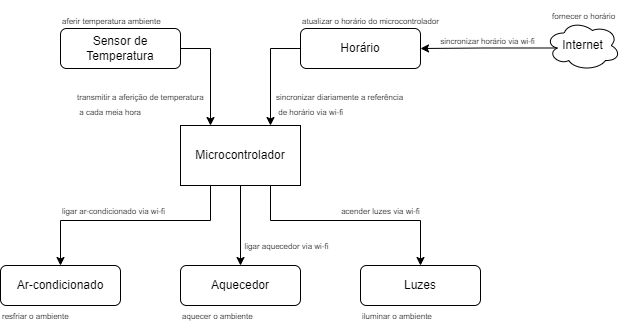
This is 2022.2/KeePet_Comfort/KeePet_Comfort_Block_Diagram.drawio.png from vm-bertini/ea075-2023.1, a draw.io export, as it was before one commit. Source tidied: cells renumbered, new cells last; positions are measured from the earlier drawing's top-left corner, leaving out a move shared by most shapes.
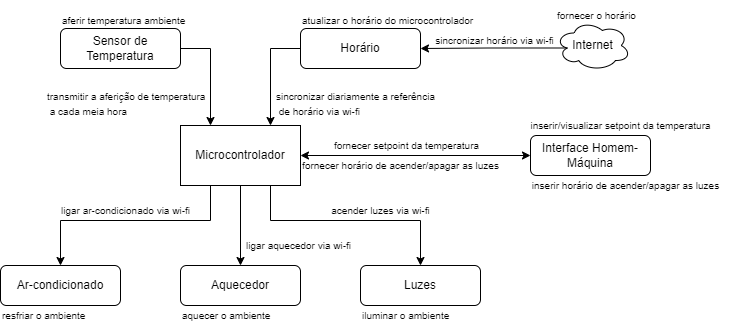
The same diagram one commit later.

What changed in the source:
```diff
@@ -34,7 +34,7 @@
       <mxGeometry relative="1" as="geometry" />
     </mxCell>
     <mxCell id="9" value="Internet" style="ellipse;shape=cloud;whiteSpace=wrap;html=1;gradientColor=none;" parent="1" vertex="1">
-      <mxGeometry x="545" y="20" width="75" height="50" as="geometry" />
+      <mxGeometry x="555" y="20" width="75" height="50" as="geometry" />
     </mxCell>
     <mxCell id="10" style="edgeStyle=orthogonalEdgeStyle;rounded=0;jettySize=auto;html=1;exitX=0;exitY=0.5;exitDx=0;exitDy=0;entryX=0.75;entryY=0;entryDx=0;entryDy=0;" parent="1" edge="1" source="11" target="7">
       <mxGeometry relative="1" as="geometry" />
@@ -51,41 +51,59 @@
     <mxCell id="14" value="Luzes" style="rounded=1;whiteSpace=wrap;html=1;fontSize=12;glass=0;strokeWidth=1;shadow=0;" parent="1" vertex="1">
       <mxGeometry x="360" y="265" width="120" height="40" as="geometry" />
     </mxCell>
-    <mxCell id="15" value="&lt;font style=&quot;font-size: 8px;&quot;&gt;acender luzes via wi-fi&lt;/font&gt;" style="text;html=1;align=center;verticalAlign=middle;strokeColor=none;fillColor=none;" parent="1" vertex="1">
-      <mxGeometry x="330" y="195" width="100" height="30" as="geometry" />
+    <mxCell id="15" value="&lt;font style=&quot;font-size: 10px;&quot;&gt;acender luzes via wi-fi&lt;/font&gt;" style="text;html=1;align=center;verticalAlign=middle;strokeColor=none;fillColor=none;" parent="1" vertex="1">
+      <mxGeometry x="320" y="195" width="120" height="30" as="geometry" />
     </mxCell>
-    <mxCell id="16" value="&lt;font style=&quot;font-size: 8px;&quot;&gt;ligar ar-condicionado via wi-fi&lt;/font&gt;" style="text;html=1;align=center;verticalAlign=middle;strokeColor=none;fillColor=none;" parent="1" vertex="1">
-      <mxGeometry x="50" y="195" width="125" height="30" as="geometry" />
+    <mxCell id="16" value="&lt;font style=&quot;font-size: 10px;&quot;&gt;ligar ar-condicionado via wi-fi&lt;/font&gt;" style="text;html=1;align=center;verticalAlign=middle;strokeColor=none;fillColor=none;" parent="1" vertex="1">
+      <mxGeometry x="50" y="195" width="150" height="30" as="geometry" />
     </mxCell>
-    <mxCell id="17" value="&lt;font style=&quot;font-size: 8px;&quot;&gt;ligar aquecedor via wi-fi&lt;/font&gt;" style="text;html=1;align=center;verticalAlign=middle;strokeColor=none;fillColor=none;" parent="1" vertex="1">
-      <mxGeometry x="233" y="230" width="105" height="30" as="geometry" />
+    <mxCell id="17" value="&lt;font style=&quot;font-size: 10px;&quot;&gt;ligar aquecedor via wi-fi&lt;/font&gt;" style="text;html=1;align=center;verticalAlign=middle;strokeColor=none;fillColor=none;" parent="1" vertex="1">
+      <mxGeometry x="235" y="230" width="125" height="30" as="geometry" />
     </mxCell>
-    <mxCell id="18" value="&lt;font style=&quot;font-size: 8px;&quot;&gt;sincronizar horário via wi-fi&lt;/font&gt;" style="text;html=1;align=center;verticalAlign=middle;strokeColor=none;fillColor=none;" parent="1" vertex="1">
-      <mxGeometry x="429" y="25" width="115" height="30" as="geometry" />
+    <mxCell id="18" value="&lt;font style=&quot;font-size: 10px;&quot;&gt;sincronizar horário via wi-fi&lt;/font&gt;" style="text;html=1;align=center;verticalAlign=middle;strokeColor=none;fillColor=none;" parent="1" vertex="1">
+      <mxGeometry x="424" y="25" width="140" height="30" as="geometry" />
     </mxCell>
-    <mxCell id="19" value="&lt;font style=&quot;font-size: 8px;&quot;&gt;sincronizar diariamente a referência&lt;br&gt;&amp;nbsp;de horário via wi-fi&lt;/font&gt;" style="text;html=1;align=left;verticalAlign=middle;strokeColor=none;fillColor=none;" parent="1" vertex="1">
-      <mxGeometry x="274" y="80" width="150" height="45" as="geometry" />
+    <mxCell id="19" value="&lt;font style=&quot;font-size: 10px;&quot;&gt;sincronizar diariamente a referência&lt;br&gt;&amp;nbsp;de horário via wi-fi&lt;/font&gt;" style="text;html=1;align=left;verticalAlign=middle;strokeColor=none;fillColor=none;" parent="1" vertex="1">
+      <mxGeometry x="274" y="80" width="180" height="45" as="geometry" />
     </mxCell>
-    <mxCell id="20" value="&lt;font style=&quot;font-size: 8px;&quot;&gt;transmitir a aferição de temperatura&lt;br&gt;&amp;nbsp;a cada meia hora&lt;/font&gt;" style="text;html=1;align=left;verticalAlign=middle;strokeColor=none;fillColor=none;" parent="1" vertex="1">
-      <mxGeometry x="75" y="80" width="150" height="45" as="geometry" />
+    <mxCell id="20" value="&lt;font style=&quot;font-size: 10px;&quot;&gt;transmitir a aferição de temperatura&lt;br&gt;&amp;nbsp;a cada meia hora&lt;/font&gt;" style="text;html=1;align=left;verticalAlign=middle;strokeColor=none;fillColor=none;" parent="1" vertex="1">
+      <mxGeometry x="45" y="80" width="180" height="45" as="geometry" />
     </mxCell>
-    <mxCell id="21" value="&lt;span style=&quot;font-size: 8px;&quot;&gt;aferir temperatura ambiente&lt;/span&gt;" style="text;html=1;align=left;verticalAlign=middle;strokeColor=none;fillColor=none;" parent="1" vertex="1">
-      <mxGeometry x="60" y="5" width="120" height="30" as="geometry" />
+    <mxCell id="21" value="&lt;font style=&quot;font-size: 10px;&quot;&gt;aferir temperatura ambiente&lt;/font&gt;" style="text;html=1;align=left;verticalAlign=middle;strokeColor=none;fillColor=none;" parent="1" vertex="1">
+      <mxGeometry x="60" y="5" width="145" height="30" as="geometry" />
     </mxCell>
-    <mxCell id="22" value="&lt;span style=&quot;font-size: 8px;&quot;&gt;fornecer o horário&lt;/span&gt;" style="text;html=1;align=left;verticalAlign=middle;strokeColor=none;fillColor=none;" parent="1" vertex="1">
-      <mxGeometry x="550" width="85" height="30" as="geometry" />
+    <mxCell id="22" value="&lt;font style=&quot;font-size: 10px;&quot;&gt;fornecer o horário&lt;/font&gt;" style="text;html=1;align=left;verticalAlign=middle;strokeColor=none;fillColor=none;" parent="1" vertex="1">
+      <mxGeometry x="555" width="100" height="30" as="geometry" />
     </mxCell>
-    <mxCell id="23" value="&lt;span style=&quot;font-size: 8px;&quot;&gt;atualizar o horário do microcontrolador&lt;/span&gt;" style="text;html=1;align=left;verticalAlign=middle;strokeColor=none;fillColor=none;" parent="1" vertex="1">
-      <mxGeometry x="300" y="5" width="160" height="30" as="geometry" />
+    <mxCell id="23" value="&lt;font style=&quot;font-size: 10px;&quot;&gt;atualizar o horário do microcontrolador&lt;/font&gt;" style="text;html=1;align=left;verticalAlign=middle;strokeColor=none;fillColor=none;" parent="1" vertex="1">
+      <mxGeometry x="300" y="5" width="190" height="30" as="geometry" />
     </mxCell>
-    <mxCell id="24" value="&lt;span style=&quot;font-size: 8px;&quot;&gt;resfriar o ambiente&lt;/span&gt;" style="text;html=1;align=left;verticalAlign=middle;strokeColor=none;fillColor=none;" parent="1" vertex="1">
-      <mxGeometry y="300" width="90" height="30" as="geometry" />
+    <mxCell id="24" value="&lt;font style=&quot;font-size: 10px;&quot;&gt;resfriar o ambiente&lt;/font&gt;" style="text;html=1;align=left;verticalAlign=middle;strokeColor=none;fillColor=none;" parent="1" vertex="1">
+      <mxGeometry y="300" width="105" height="30" as="geometry" />
     </mxCell>
-    <mxCell id="25" value="&lt;span style=&quot;font-size: 8px;&quot;&gt;aquecer o ambiente&lt;/span&gt;" style="text;html=1;align=left;verticalAlign=middle;strokeColor=none;fillColor=none;" parent="1" vertex="1">
-      <mxGeometry x="180" y="300" width="90" height="30" as="geometry" />
+    <mxCell id="25" value="&lt;font style=&quot;font-size: 10px;&quot;&gt;aquecer o ambiente&lt;/font&gt;" style="text;html=1;align=left;verticalAlign=middle;strokeColor=none;fillColor=none;" parent="1" vertex="1">
+      <mxGeometry x="180" y="300" width="110" height="30" as="geometry" />
     </mxCell>
-    <mxCell id="26" value="&lt;span style=&quot;font-size: 8px;&quot;&gt;iluminar o ambiente&lt;/span&gt;" style="text;html=1;align=left;verticalAlign=middle;strokeColor=none;fillColor=none;" parent="1" vertex="1">
-      <mxGeometry x="360" y="300" width="90" height="30" as="geometry" />
+    <mxCell id="26" value="&lt;font style=&quot;font-size: 10px;&quot;&gt;iluminar o ambiente&lt;/font&gt;" style="text;html=1;align=left;verticalAlign=middle;strokeColor=none;fillColor=none;" parent="1" vertex="1">
+      <mxGeometry x="360" y="300" width="110" height="30" as="geometry" />
     </mxCell>
+    <mxCell id="27" style="edgeStyle=orthogonalEdgeStyle;rounded=0;jettySize=auto;html=1;entryX=1;entryY=0.5;entryDx=0;entryDy=0;fontSize=10;startArrow=classic;startFill=1;" parent="1" edge="1" source="28" target="7">
+      <mxGeometry relative="1" as="geometry" />
+    </mxCell>
+    <mxCell id="28" value="Interface Homem-Máquina" style="rounded=1;whiteSpace=wrap;html=1;fontSize=12;glass=0;strokeWidth=1;shadow=0;" parent="1" vertex="1">
+      <mxGeometry x="530" y="135" width="120" height="40" as="geometry" />
+    </mxCell>
+    <mxCell id="29" value="&lt;font style=&quot;font-size: 10px;&quot;&gt;inserir/visualizar setpoint da temperatura&lt;/font&gt;" style="text;html=1;align=center;verticalAlign=middle;strokeColor=none;fillColor=none;" parent="1" vertex="1">
+      <mxGeometry x="520" y="110" width="200" height="30" as="geometry" />
+    </mxCell>
+    <mxCell id="30" value="&lt;font style=&quot;font-size: 10px;&quot;&gt;fornecer setpoint da temperatura&lt;/font&gt;" style="text;html=1;align=center;verticalAlign=middle;strokeColor=none;fillColor=none;" parent="1" vertex="1">
+      <mxGeometry x="323" y="130" width="165" height="30" as="geometry" />
+    </mxCell>
+    <mxCell id="31" value="&lt;font style=&quot;font-size: 10px;&quot;&gt;inserir horário de acender/apagar as luzes&lt;/font&gt;" style="text;html=1;align=center;verticalAlign=middle;strokeColor=none;fillColor=none;" parent="1" vertex="1">
+      <mxGeometry x="520" y="170" width="210" height="30" as="geometry" />
+    </mxCell>
+    <mxCell id="32" value="&lt;font style=&quot;font-size: 10px;&quot;&gt;fornecer horário de acender/apagar as luzes&lt;/font&gt;" style="text;html=1;align=center;verticalAlign=middle;strokeColor=none;fillColor=none;" parent="1" vertex="1">
+      <mxGeometry x="290" y="150" width="220" height="30" as="geometry" />
+    </mxCell>
   </root>
 </mxGraphModel>
```
